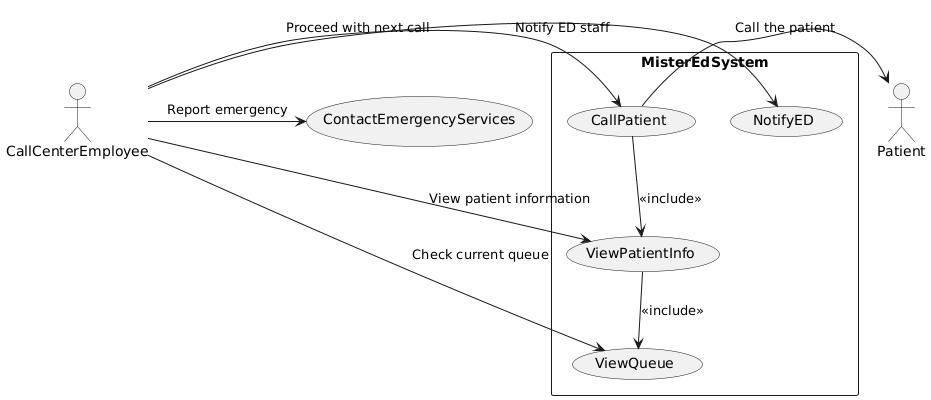
The PlantUML diagram CallCenter_UCD.png in SENG-350-2024-fall/Team7, before a commit.
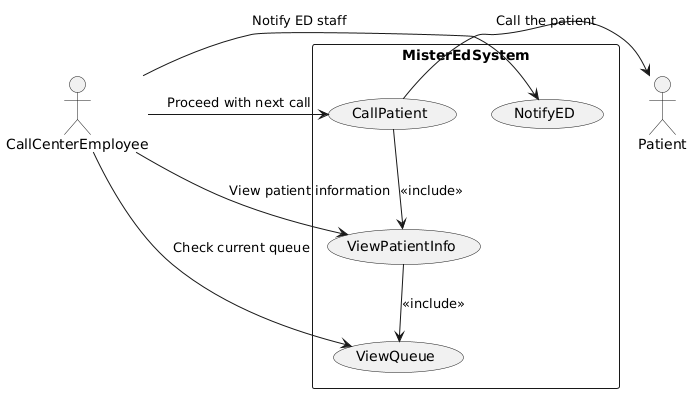
Above is the later version.

Commit message:
Got rid of ContactEmergencyServices

Got rid of ContactEmergencyServices.

Change to the diagram source:
```diff
@@ -11,15 +11,12 @@
 
 }
 
-usecase ContactEmergencyServices
-
 
 CallCenterEmployee -> ViewQueue : "Check current queue"
 CallCenterEmployee -> ViewPatientInfo: "View patient information"
 CallCenterEmployee -> CallPatient : "Proceed with next call"
 CallCenterEmployee -> NotifyED : "Notify ED staff"
 
-CallCenterEmployee -> ContactEmergencyServices : "Report emergency"
 
 
 ViewPatientInfo --> ViewQueue : <<include>>
```
